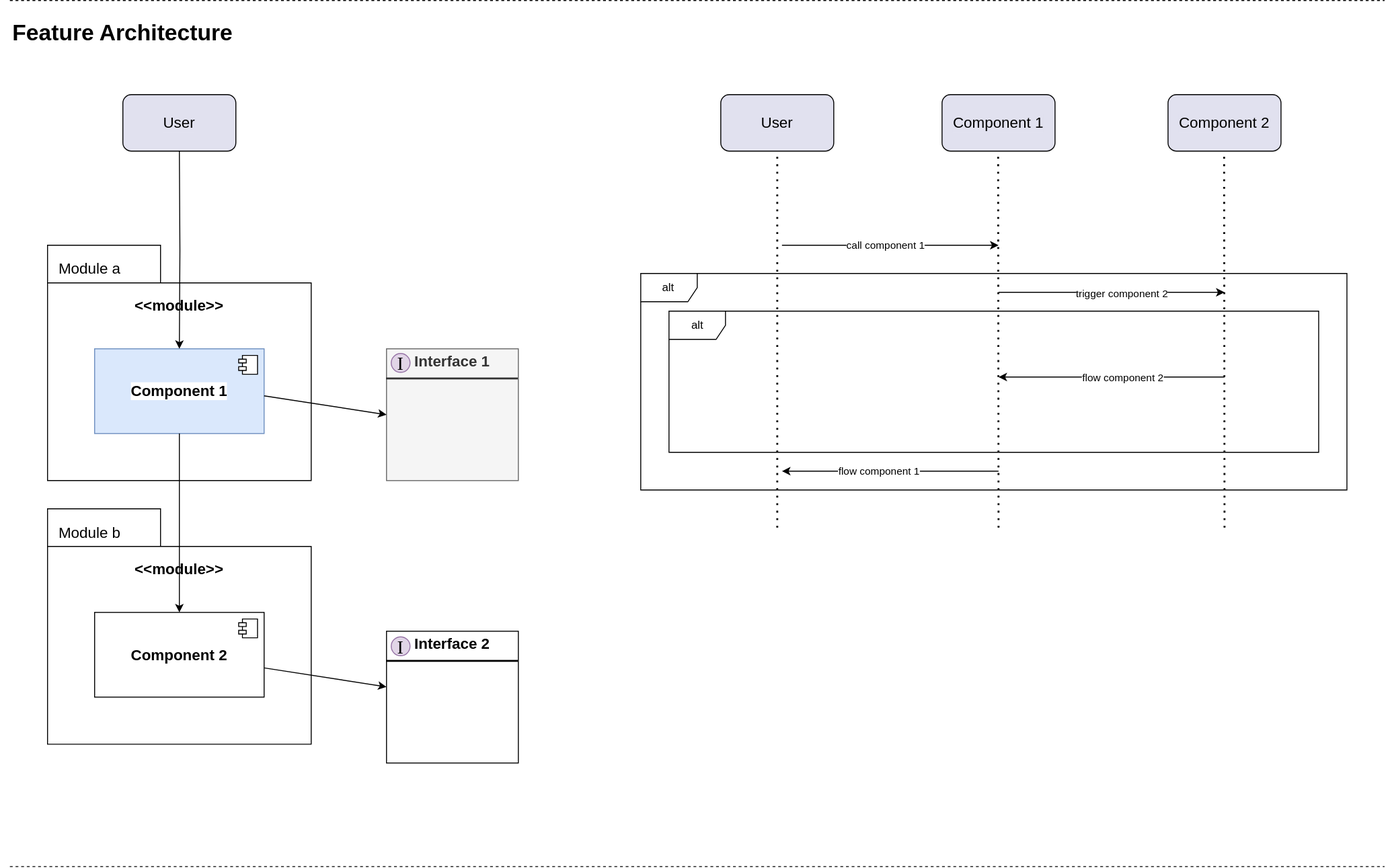
Before: pr-54/_images/safety_analysis_feature.drawio.svg, a diagram exported from draw.io (eclipse-score/process_description). Source tidied: cells renumbered, new cells last; positions are measured from the earlier drawing's top-left corner, leaving out a move shared by most shapes.
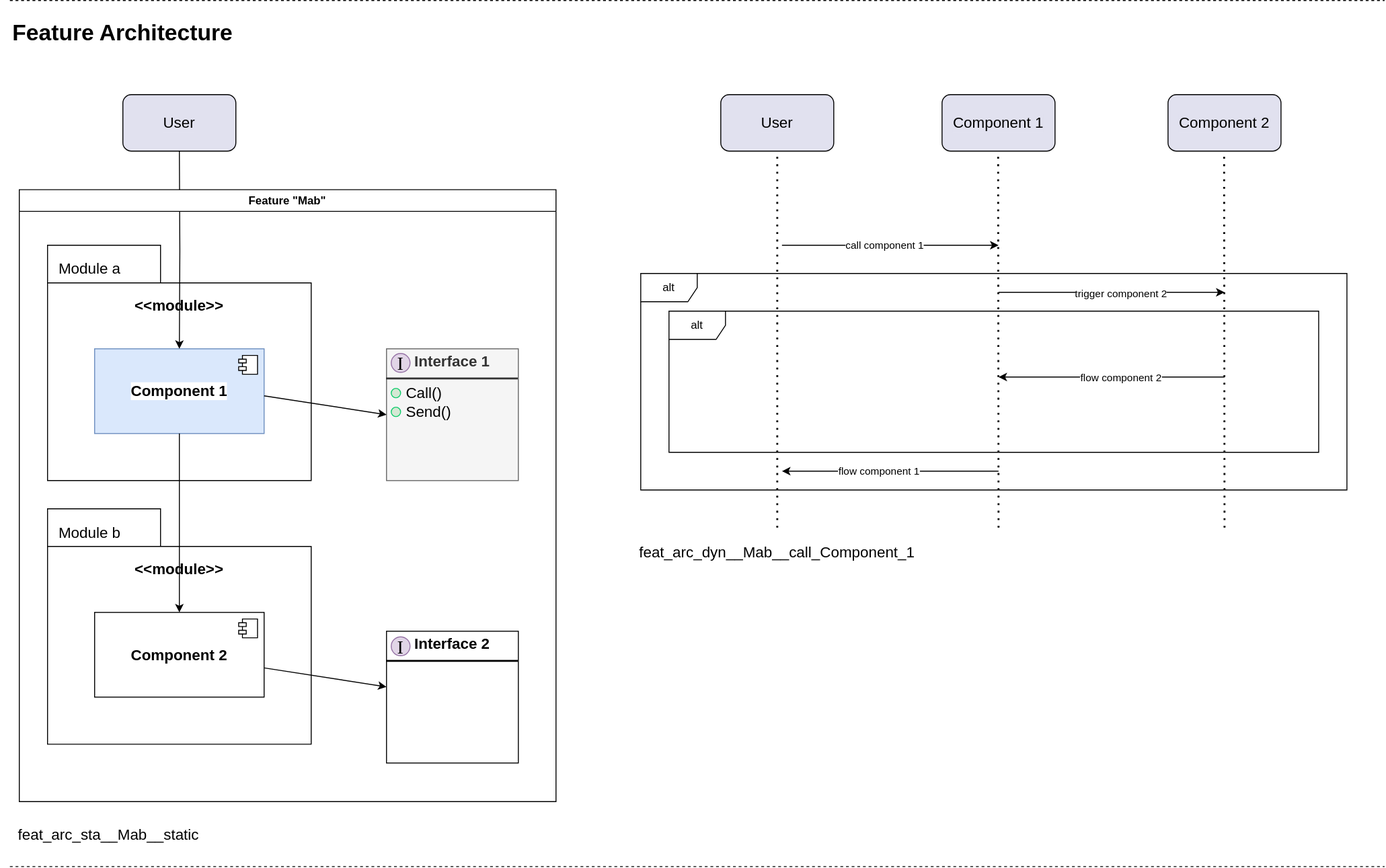
The same diagram one commit later.

The edit, as a diff of the source:
```diff
@@ -149,5 +149,23 @@
     <mxCell id="37" value="I" style="ellipse;whiteSpace=wrap;html=1;fillColor=#e1d5e7;strokeColor=#9673a6;fontSize=20;fontFamily=Verdana;" parent="1" vertex="1">
       <mxGeometry x="415" y="676" width="20" height="20" as="geometry" />
     </mxCell>
+    <mxCell id="38" value="Feature &quot;Mab&quot;" style="swimlane;whiteSpace=wrap;html=1;" parent="1" vertex="1">
+      <mxGeometry x="20" y="201" width="570" height="650" as="geometry" />
+    </mxCell>
+    <mxCell id="39" style="ellipse;whiteSpace=wrap;html=1;fillColor=#d5e8d4;strokeColor=light-dark(#0fcc6b, #446e2c);" parent="38" vertex="1">
+      <mxGeometry x="395" y="211" width="10" height="10" as="geometry" />
+    </mxCell>
+    <mxCell id="40" value="&lt;div style=&quot;text-align: left;&quot;&gt;&lt;span style=&quot;background-color: transparent;&quot;&gt;Call()&lt;/span&gt;&lt;/div&gt;&lt;div&gt;Send()&lt;/div&gt;" style="text;html=1;align=center;verticalAlign=middle;whiteSpace=wrap;rounded=0;fontSize=16;" parent="1" vertex="1">
+      <mxGeometry x="410" y="412" width="90" height="30" as="geometry" />
+    </mxCell>
+    <mxCell id="41" style="ellipse;whiteSpace=wrap;html=1;fillColor=#d5e8d4;strokeColor=light-dark(#0fcc6b, #446e2c);" parent="1" vertex="1">
+      <mxGeometry x="415" y="432" width="10" height="10" as="geometry" />
+    </mxCell>
+    <mxCell id="42" value="feat_arc_sta__Mab__static" style="text;html=1;align=center;verticalAlign=middle;whiteSpace=wrap;rounded=0;fontSize=16;" parent="1" vertex="1">
+      <mxGeometry x="70" y="871" width="90" height="30" as="geometry" />
+    </mxCell>
+    <mxCell id="43" value="feat_arc_dyn__Mab__call_Component_1" style="text;html=1;align=center;verticalAlign=middle;whiteSpace=wrap;rounded=0;fontSize=16;" parent="1" vertex="1">
+      <mxGeometry x="780" y="571" width="90" height="30" as="geometry" />
+    </mxCell>
   </root>
 </mxGraphModel>
```
